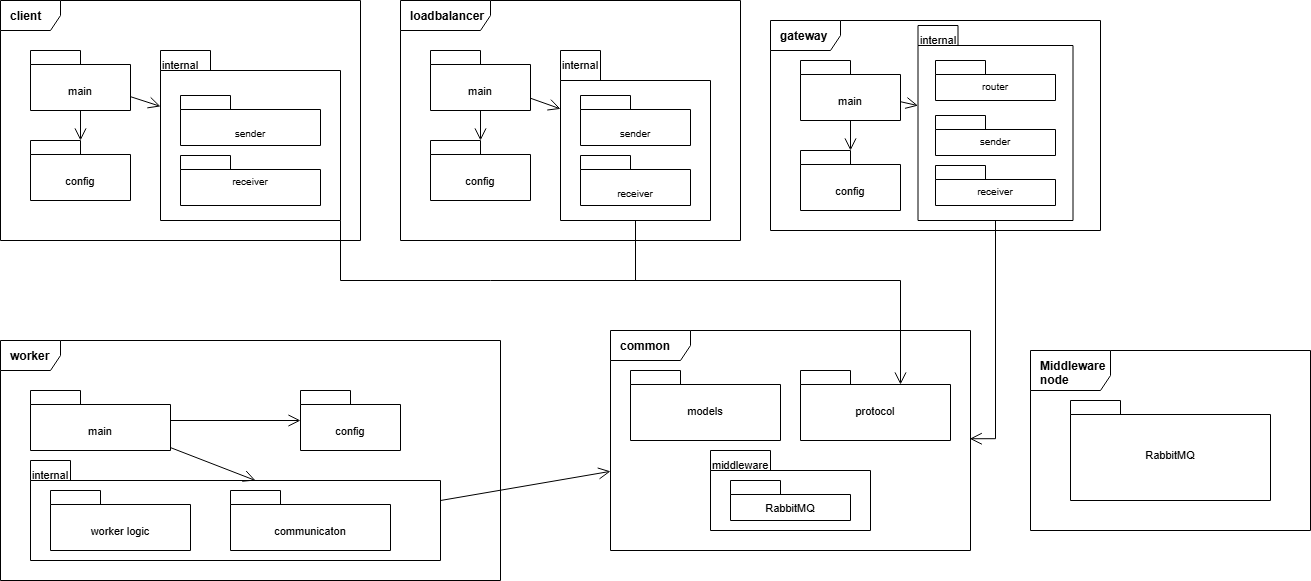
Earlier version of the draw.io export docs/diagramas/diagrama_paquetes.png (LucianaLarrosa/tp-distribuidos-moneylaundering). Source tidied: cells renumbered, new cells last; positions are measured from the earlier drawing's top-left corner, leaving out a move shared by most shapes.
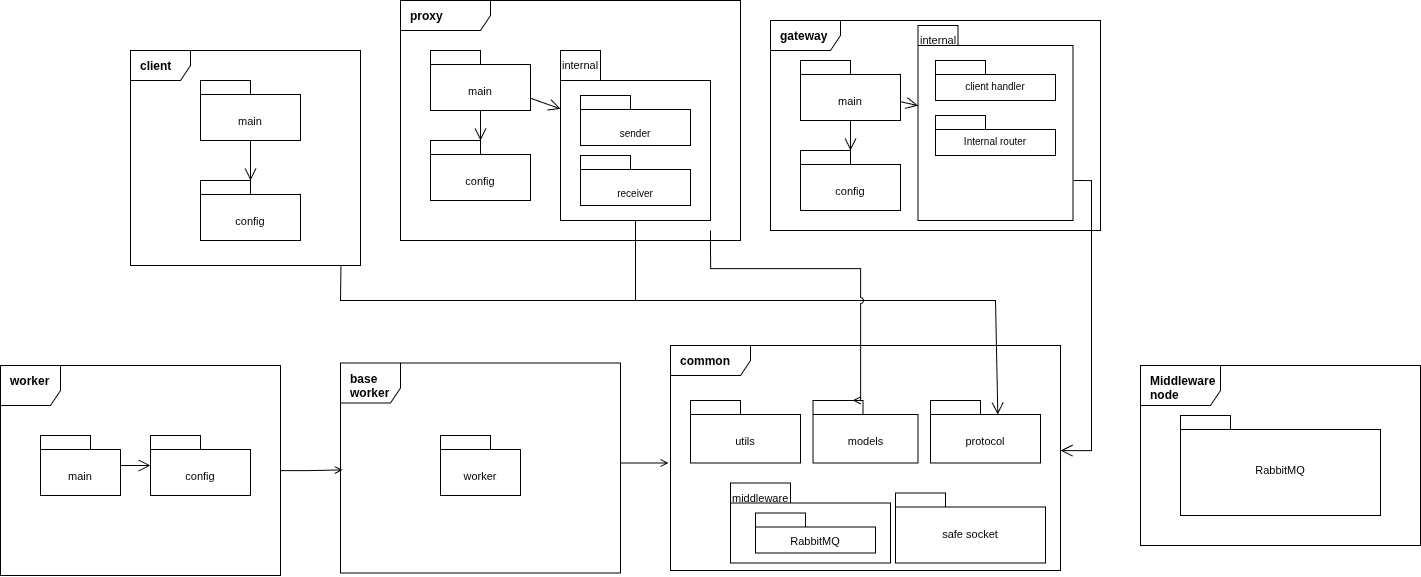
Above is the later version.

Commit message:
docs: enhance documentation on worker structure and side input handling

The edit, as a diff of the source:
```diff
@@ -3,30 +3,27 @@
     <mxCell id="0" />
     <mxCell id="1" parent="0" />
     <mxCell id="2" value="client" style="shape=umlFrame;fontStyle=1;tabWidth=70;tabHeight=30;tabPosition=left;fillColor=#ffffff;strokeColor=#000000;align=left;verticalAlign=top;whiteSpace=wrap;html=1;fontSize=12;spacingLeft=8;spacingTop=2;" parent="1" vertex="1">
-      <mxGeometry width="360" height="240" as="geometry" />
+      <mxGeometry x="130" y="50" width="230" height="215" as="geometry" />
     </mxCell>
+    <mxCell id="34" style="endArrow=open;endFill=0;endSize=10;html=1;rounded=0;strokeColor=#000000;entryX=0.612;entryY=0.226;entryDx=0;entryDy=0;entryPerimeter=0;exitX=0.915;exitY=1.003;exitDx=0;exitDy=0;exitPerimeter=0;jumpStyle=arc;" parent="1" edge="1" source="2" target="33">
+      <mxGeometry relative="1" as="geometry">
+        <Array as="points">
+          <mxPoint x="340" y="300" />
+          <mxPoint x="640" y="300" />
+          <mxPoint x="995" y="300" />
+        </Array>
+      </mxGeometry>
+    </mxCell>
     <mxCell id="3" value="&lt;div&gt;&lt;br&gt;&lt;/div&gt;&lt;div&gt;&lt;br&gt;&lt;/div&gt;main" style="shape=folder;fontStyle=0;tabWidth=50;tabHeight=14;tabPosition=left;fillColor=#ffffff;strokeColor=#000000;align=center;verticalAlign=top;whiteSpace=wrap;html=1;fontSize=11;spacingTop=2;" parent="1" vertex="1">
-      <mxGeometry x="30" y="50" width="100" height="60" as="geometry" />
+      <mxGeometry x="200" y="80" width="100" height="60" as="geometry" />
     </mxCell>
     <mxCell id="4" value="&lt;div&gt;&lt;br&gt;&lt;/div&gt;&lt;div&gt;&lt;br&gt;&lt;/div&gt;config" style="shape=folder;fontStyle=0;tabWidth=50;tabHeight=14;tabPosition=left;fillColor=#ffffff;strokeColor=#000000;align=center;verticalAlign=top;whiteSpace=wrap;html=1;fontSize=11;spacingTop=2;" parent="1" vertex="1">
-      <mxGeometry x="30" y="140" width="100" height="60" as="geometry" />
+      <mxGeometry x="200" y="180" width="100" height="60" as="geometry" />
     </mxCell>
-    <mxCell id="5" value="internal" style="shape=folder;fontStyle=0;tabWidth=50;tabHeight=20;tabPosition=left;fillColor=#ffffff;strokeColor=#000000;align=left;verticalAlign=top;whiteSpace=wrap;html=1;fontSize=11;spacingTop=2;" parent="1" vertex="1">
-      <mxGeometry x="160" y="50" width="180" height="170" as="geometry" />
-    </mxCell>
-    <mxCell id="6" value="&lt;div&gt;&lt;br&gt;&lt;/div&gt;&lt;div&gt;&lt;br&gt;&lt;/div&gt;sender" style="shape=folder;fontStyle=0;tabWidth=50;tabHeight=14;tabPosition=left;fillColor=#ffffff;strokeColor=#000000;align=center;verticalAlign=top;whiteSpace=wrap;html=1;fontSize=10;spacingTop=2;" parent="1" vertex="1">
-      <mxGeometry x="180" y="95" width="140" height="50" as="geometry" />
-    </mxCell>
-    <mxCell id="7" value="&lt;div&gt;&lt;br&gt;&lt;/div&gt;receiver" style="shape=folder;fontStyle=0;tabWidth=50;tabHeight=14;tabPosition=left;fillColor=#ffffff;strokeColor=#000000;align=center;verticalAlign=top;whiteSpace=wrap;html=1;fontSize=10;spacingTop=2;" parent="1" vertex="1">
-      <mxGeometry x="180" y="155" width="140" height="50" as="geometry" />
-    </mxCell>
-    <mxCell id="8" style="endArrow=open;endFill=0;endSize=10;html=1;rounded=0;strokeColor=#000000;" parent="1" edge="1" source="3" target="5">
-      <mxGeometry relative="1" as="geometry" />
-    </mxCell>
     <mxCell id="9" style="endArrow=open;endFill=0;endSize=10;html=1;rounded=0;strokeColor=#000000;" parent="1" edge="1" source="3" target="4">
       <mxGeometry relative="1" as="geometry" />
     </mxCell>
-    <mxCell id="10" value="loadbalancer" style="shape=umlFrame;fontStyle=1;tabWidth=90;tabHeight=30;tabPosition=left;fillColor=#ffffff;strokeColor=#000000;align=left;verticalAlign=top;whiteSpace=wrap;html=1;fontSize=12;spacingLeft=8;spacingTop=2;width=90;height=30;" parent="1" vertex="1">
+    <mxCell id="10" value="proxy" style="shape=umlFrame;fontStyle=1;tabWidth=90;tabHeight=30;tabPosition=left;fillColor=#ffffff;strokeColor=#000000;align=left;verticalAlign=top;whiteSpace=wrap;html=1;fontSize=12;spacingLeft=8;spacingTop=2;width=90;height=30;" parent="1" vertex="1">
       <mxGeometry x="400" width="340" height="240" as="geometry" />
     </mxCell>
     <mxCell id="11" value="&lt;div&gt;&lt;br&gt;&lt;/div&gt;&lt;div&gt;&lt;br&gt;&lt;/div&gt;main" style="shape=folder;fontStyle=0;tabWidth=50;tabHeight=14;tabPosition=left;fillColor=#ffffff;strokeColor=#000000;align=center;verticalAlign=top;whiteSpace=wrap;html=1;fontSize=11;spacingTop=2;" parent="1" vertex="1">
@@ -41,14 +38,14 @@
     <mxCell id="14" value="&lt;div&gt;&lt;br&gt;&lt;/div&gt;&lt;div&gt;&lt;br&gt;&lt;/div&gt;sender" style="shape=folder;fontStyle=0;tabWidth=50;tabHeight=14;tabPosition=left;fillColor=#ffffff;strokeColor=#000000;align=center;verticalAlign=top;whiteSpace=wrap;html=1;fontSize=10;spacingTop=2;" parent="1" vertex="1">
       <mxGeometry x="580" y="95" width="110" height="50" as="geometry" />
     </mxCell>
+    <mxCell id="16" value="&lt;div&gt;&lt;br&gt;&lt;/div&gt;&lt;div&gt;&lt;br&gt;&lt;/div&gt;receiver" style="shape=folder;fontStyle=0;tabWidth=50;tabHeight=14;tabPosition=left;fillColor=#ffffff;strokeColor=#000000;align=center;verticalAlign=top;whiteSpace=wrap;html=1;fontSize=10;spacingTop=2;" parent="1" vertex="1">
+      <mxGeometry x="580" y="155" width="110" height="50" as="geometry" />
+    </mxCell>
     <mxCell id="15" style="edgeStyle=orthogonalEdgeStyle;rounded=0;jettySize=auto;html=1;exitX=0.5;exitY=1;exitDx=0;exitDy=0;exitPerimeter=0;endArrow=none;endFill=0;jumpStyle=arc;" parent="1" edge="1" source="13">
       <mxGeometry relative="1" as="geometry">
-        <mxPoint x="635" y="280" as="targetPoint" />
+        <mxPoint x="635" y="300" as="targetPoint" />
       </mxGeometry>
     </mxCell>
-    <mxCell id="16" value="&lt;div&gt;&lt;br&gt;&lt;/div&gt;&lt;div&gt;&lt;br&gt;&lt;/div&gt;receiver" style="shape=folder;fontStyle=0;tabWidth=50;tabHeight=14;tabPosition=left;fillColor=#ffffff;strokeColor=#000000;align=center;verticalAlign=top;whiteSpace=wrap;html=1;fontSize=10;spacingTop=2;" parent="1" vertex="1">
-      <mxGeometry x="580" y="155" width="110" height="50" as="geometry" />
-    </mxCell>
     <mxCell id="17" style="endArrow=open;endFill=0;endSize=10;html=1;rounded=0;strokeColor=#000000;" parent="1" edge="1" source="11" target="13">
       <mxGeometry relative="1" as="geometry" />
     </mxCell>
@@ -73,77 +70,89 @@
     <mxCell id="24" style="endArrow=open;endFill=0;endSize=10;html=1;rounded=0;strokeColor=#000000;" parent="1" edge="1" source="20" target="21">
       <mxGeometry relative="1" as="geometry" />
     </mxCell>
-    <mxCell id="25" value="worker" style="shape=umlFrame;fontStyle=1;tabWidth=80;tabHeight=30;tabPosition=left;fillColor=#ffffff;strokeColor=#000000;align=left;verticalAlign=top;whiteSpace=wrap;html=1;fontSize=12;spacingLeft=8;spacingTop=2;" parent="1" vertex="1">
-      <mxGeometry y="340" width="500" height="240" as="geometry" />
+    <mxCell id="25" value="base worker" style="shape=umlFrame;fontStyle=1;tabWidth=80;tabHeight=30;tabPosition=left;fillColor=#ffffff;strokeColor=#000000;align=left;verticalAlign=top;whiteSpace=wrap;html=1;fontSize=12;spacingLeft=8;spacingTop=2;width=60;height=40;" parent="1" vertex="1">
+      <mxGeometry x="340" y="362.5" width="280" height="210" as="geometry" />
     </mxCell>
-    <mxCell id="26" value="&lt;div&gt;&lt;br&gt;&lt;/div&gt;&lt;div&gt;&lt;span style=&quot;background-color: transparent; color: light-dark(rgb(0, 0, 0), rgb(255, 255, 255));&quot;&gt;&lt;br&gt;&lt;/span&gt;&lt;/div&gt;&lt;div&gt;&lt;span style=&quot;background-color: transparent; color: light-dark(rgb(0, 0, 0), rgb(255, 255, 255));&quot;&gt;main&lt;/span&gt;&lt;/div&gt;" style="shape=folder;fontStyle=0;tabWidth=50;tabHeight=14;tabPosition=left;fillColor=#ffffff;strokeColor=#000000;align=center;verticalAlign=top;whiteSpace=wrap;html=1;fontSize=11;spacingTop=2;" parent="1" vertex="1">
-      <mxGeometry x="30" y="390" width="140" height="60" as="geometry" />
+    <mxCell id="26" value="&lt;div&gt;&lt;br&gt;&lt;/div&gt;&lt;div&gt;&lt;span style=&quot;background-color: transparent; color: light-dark(rgb(0, 0, 0), rgb(255, 255, 255));&quot;&gt;&lt;br&gt;&lt;/span&gt;&lt;/div&gt;&lt;div&gt;worker&lt;/div&gt;" style="shape=folder;fontStyle=0;tabWidth=50;tabHeight=14;tabPosition=left;fillColor=#ffffff;strokeColor=#000000;align=center;verticalAlign=top;whiteSpace=wrap;html=1;fontSize=11;spacingTop=2;" parent="1" vertex="1">
+      <mxGeometry x="440" y="435" width="80" height="60" as="geometry" />
     </mxCell>
-    <mxCell id="27" value="&lt;div&gt;&lt;br&gt;&lt;/div&gt;&lt;div&gt;&lt;br&gt;&lt;/div&gt;config" style="shape=folder;fontStyle=0;tabWidth=50;tabHeight=14;tabPosition=left;fillColor=#ffffff;strokeColor=#000000;align=center;verticalAlign=top;whiteSpace=wrap;html=1;fontSize=11;spacingTop=2;" parent="1" vertex="1">
-      <mxGeometry x="300" y="390" width="100" height="60" as="geometry" />
-    </mxCell>
-    <mxCell id="28" value="&lt;div&gt;&lt;span style=&quot;background-color: transparent; color: light-dark(rgb(0, 0, 0), rgb(255, 255, 255));&quot;&gt;internal&lt;/span&gt;&lt;/div&gt;" style="shape=folder;fontStyle=0;tabWidth=40;tabHeight=20;tabPosition=left;fillColor=#ffffff;strokeColor=#000000;align=left;verticalAlign=top;whiteSpace=wrap;html=1;fontSize=11;spacingTop=2;" parent="1" vertex="1">
-      <mxGeometry x="30" y="460" width="410" height="100" as="geometry" />
-    </mxCell>
-    <mxCell id="29" style="endArrow=open;endFill=0;endSize=10;html=1;rounded=0;strokeColor=#000000;entryX=0;entryY=0;entryDx=225;entryDy=20;entryPerimeter=0;" parent="1" edge="1" source="26" target="28">
-      <mxGeometry relative="1" as="geometry" />
-    </mxCell>
-    <mxCell id="30" style="endArrow=open;endFill=0;endSize=10;html=1;rounded=0;strokeColor=#000000;" parent="1" edge="1" source="26" target="27">
-      <mxGeometry relative="1" as="geometry" />
-    </mxCell>
+    <mxCell id="32" value="&lt;div&gt;&lt;br&gt;&lt;/div&gt;&lt;div&gt;&lt;br&gt;&lt;/div&gt;models" style="shape=folder;fontStyle=0;tabWidth=50;tabHeight=14;tabPosition=left;fillColor=#ffffff;strokeColor=#000000;align=center;verticalAlign=top;whiteSpace=wrap;html=1;fontSize=11;spacingTop=2;" parent="1" vertex="1">
+      <mxGeometry x="812.5" y="400" width="105" height="62.5" as="geometry" />
+    </mxCell>
     <mxCell id="31" value="common" style="shape=umlFrame;fontStyle=1;tabWidth=70;tabHeight=30;tabPosition=left;fillColor=#ffffff;strokeColor=#000000;align=left;verticalAlign=top;whiteSpace=wrap;html=1;fontSize=12;spacingLeft=8;spacingTop=2;width=80;height=30;" parent="1" vertex="1">
-      <mxGeometry x="610" y="330" width="360" height="220" as="geometry" />
+      <mxGeometry x="670" y="345" width="390" height="225" as="geometry" />
     </mxCell>
-    <mxCell id="32" value="&lt;div&gt;&lt;br&gt;&lt;/div&gt;&lt;div&gt;&lt;br&gt;&lt;/div&gt;models" style="shape=folder;fontStyle=0;tabWidth=50;tabHeight=14;tabPosition=left;fillColor=#ffffff;strokeColor=#000000;align=center;verticalAlign=top;whiteSpace=wrap;html=1;fontSize=11;spacingTop=2;" parent="1" vertex="1">
-      <mxGeometry x="630" y="370" width="150" height="70" as="geometry" />
-    </mxCell>
+    <mxCell id="47" style="edgeStyle=orthogonalEdgeStyle;rounded=0;jettySize=auto;html=1;endArrow=none;endFill=0;startArrow=open;startFill=0;jumpStyle=arc;exitX=0.467;exitY=0.244;exitDx=0;exitDy=0;exitPerimeter=0;" parent="1" edge="1" source="31">
+      <mxGeometry relative="1" as="geometry">
+        <mxPoint x="710" y="230" as="targetPoint" />
+        <Array as="points">
+          <mxPoint x="860" y="268" />
+          <mxPoint x="710" y="268" />
+        </Array>
+      </mxGeometry>
+    </mxCell>
     <mxCell id="33" value="&lt;div&gt;&lt;br&gt;&lt;/div&gt;&lt;br&gt;&lt;div&gt;protocol&lt;div&gt;&lt;br&gt;&lt;/div&gt;&lt;/div&gt;" style="shape=folder;fontStyle=0;tabWidth=50;tabHeight=14;tabPosition=left;fillColor=#ffffff;strokeColor=#000000;align=center;verticalAlign=top;whiteSpace=wrap;html=1;fontSize=11;spacingTop=2;" parent="1" vertex="1">
-      <mxGeometry x="800" y="370" width="150" height="70" as="geometry" />
+      <mxGeometry x="930" y="400" width="110" height="62.5" as="geometry" />
     </mxCell>
-    <mxCell id="34" style="endArrow=open;endFill=0;endSize=10;html=1;rounded=0;strokeColor=#000000;exitX=0;exitY=0;exitDx=180;exitDy=170;exitPerimeter=0;entryX=0;entryY=0;entryDx=100;entryDy=14;entryPerimeter=0;" parent="1" edge="1" source="5" target="33">
-      <mxGeometry relative="1" as="geometry">
-        <Array as="points">
-          <mxPoint x="340" y="280" />
-          <mxPoint x="490" y="280" />
-          <mxPoint x="900" y="280" />
-        </Array>
-      </mxGeometry>
-    </mxCell>
-    <mxCell id="35" style="endArrow=open;endFill=0;endSize=10;html=1;rounded=0;strokeColor=#000000;exitX=0;exitY=0;exitDx=410;exitDy=40;exitPerimeter=0;" parent="1" edge="1" source="28" target="31">
-      <mxGeometry relative="1" as="geometry" />
-    </mxCell>
     <mxCell id="36" value="Middleware node" style="shape=umlFrame;fontStyle=1;tabWidth=110;tabHeight=30;tabPosition=left;fillColor=#ffffff;strokeColor=#000000;align=left;verticalAlign=top;whiteSpace=wrap;html=1;fontSize=12;spacingLeft=8;spacingTop=2;width=80;height=40;" parent="1" vertex="1">
-      <mxGeometry x="1030" y="350" width="280" height="180" as="geometry" />
+      <mxGeometry x="1140" y="365" width="280" height="180" as="geometry" />
     </mxCell>
     <mxCell id="37" value="&lt;div&gt;&lt;br&gt;&lt;/div&gt;&lt;div&gt;&lt;br&gt;&lt;/div&gt;&lt;div&gt;&lt;br&gt;&lt;/div&gt;RabbitMQ" style="shape=folder;fontStyle=0;tabWidth=50;tabHeight=14;tabPosition=left;fillColor=#ffffff;strokeColor=#000000;align=center;verticalAlign=top;whiteSpace=wrap;html=1;fontSize=11;spacingTop=2;" parent="1" vertex="1">
-      <mxGeometry x="1070" y="400" width="200" height="100" as="geometry" />
+      <mxGeometry x="1180" y="415" width="200" height="100" as="geometry" />
     </mxCell>
     <mxCell id="38" value="&lt;div&gt;&lt;span style=&quot;background-color: transparent; color: light-dark(rgb(0, 0, 0), rgb(255, 255, 255));&quot;&gt;middleware&lt;/span&gt;&lt;/div&gt;" style="shape=folder;fontStyle=0;tabWidth=60;tabHeight=20;tabPosition=left;fillColor=#ffffff;strokeColor=#000000;align=left;verticalAlign=top;whiteSpace=wrap;html=1;fontSize=11;spacingTop=2;" parent="1" vertex="1">
-      <mxGeometry x="710" y="450" width="160" height="80" as="geometry" />
+      <mxGeometry x="730" y="482.5" width="160" height="80" as="geometry" />
     </mxCell>
-    <mxCell id="39" value="&lt;div&gt;&lt;br&gt;&lt;/div&gt;&lt;div&gt;&lt;br&gt;&lt;/div&gt;&lt;div&gt;worker logic&lt;/div&gt;" style="shape=folder;fontStyle=0;tabWidth=50;tabHeight=14;tabPosition=left;fillColor=#ffffff;strokeColor=#000000;align=center;verticalAlign=top;whiteSpace=wrap;html=1;fontSize=11;spacingTop=2;" parent="1" vertex="1">
-      <mxGeometry x="50" y="490" width="140" height="60" as="geometry" />
-    </mxCell>
-    <mxCell id="40" value="&lt;div&gt;&lt;br&gt;&lt;/div&gt;&lt;div&gt;&lt;br&gt;&lt;/div&gt;communicaton" style="shape=folder;fontStyle=0;tabWidth=50;tabHeight=14;tabPosition=left;fillColor=#ffffff;strokeColor=#000000;align=center;verticalAlign=top;whiteSpace=wrap;html=1;fontSize=11;spacingTop=2;" parent="1" vertex="1">
-      <mxGeometry x="230" y="490" width="160" height="60" as="geometry" />
-    </mxCell>
     <mxCell id="41" value="&lt;br&gt;&lt;div&gt;RabbitMQ&lt;/div&gt;" style="shape=folder;fontStyle=0;tabWidth=50;tabHeight=14;tabPosition=left;fillColor=#ffffff;strokeColor=#000000;align=center;verticalAlign=top;whiteSpace=wrap;html=1;fontSize=11;spacingTop=2;" parent="1" vertex="1">
-      <mxGeometry x="730" y="480" width="120" height="40" as="geometry" />
+      <mxGeometry x="755" y="512.5" width="120" height="40" as="geometry" />
     </mxCell>
     <mxCell id="42" style="edgeStyle=orthogonalEdgeStyle;rounded=0;orthogonalLoop=1;jettySize=auto;html=1;exitX=0.5;exitY=1;exitDx=0;exitDy=0;exitPerimeter=0;" parent="1" edge="1" source="22" target="22">
       <mxGeometry relative="1" as="geometry" />
     </mxCell>
-    <mxCell id="43" style="edgeStyle=orthogonalEdgeStyle;rounded=0;jettySize=auto;html=1;entryX=0.998;entryY=0.492;entryDx=0;entryDy=0;entryPerimeter=0;endArrow=open;endFill=0;endSize=10;" parent="1" edge="1" source="22" target="31">
-      <mxGeometry relative="1" as="geometry" />
+    <mxCell id="43" style="edgeStyle=orthogonalEdgeStyle;rounded=0;orthogonalLoop=1;jettySize=auto;html=1;endArrow=open;endFill=0;endSize=10;" parent="1" edge="1">
+      <mxGeometry relative="1" as="geometry">
+        <mxPoint x="1073.2" y="180" as="sourcePoint" />
+        <mxPoint x="1060" y="450" as="targetPoint" />
+        <Array as="points">
+          <mxPoint x="1091" y="180" />
+          <mxPoint x="1091" y="450" />
+          <mxPoint x="1060" y="450" />
+        </Array>
+      </mxGeometry>
     </mxCell>
-    <mxCell id="44" value="&lt;div&gt;&lt;br&gt;&lt;/div&gt;sender" style="shape=folder;fontStyle=0;tabWidth=50;tabHeight=14;tabPosition=left;fillColor=#ffffff;strokeColor=#000000;align=center;verticalAlign=top;whiteSpace=wrap;html=1;fontSize=10;spacingTop=2;" parent="1" vertex="1">
+    <mxCell id="44" value="&lt;div&gt;&lt;br&gt;&lt;/div&gt;&lt;div&gt;Internal router&lt;/div&gt;" style="shape=folder;fontStyle=0;tabWidth=50;tabHeight=14;tabPosition=left;fillColor=#ffffff;strokeColor=#000000;align=center;verticalAlign=top;whiteSpace=wrap;html=1;fontSize=10;spacingTop=2;" parent="1" vertex="1">
       <mxGeometry x="935" y="115" width="120" height="40" as="geometry" />
     </mxCell>
-    <mxCell id="45" value="&lt;div&gt;&lt;br&gt;&lt;/div&gt;&lt;div&gt;receiver&lt;/div&gt;" style="shape=folder;fontStyle=0;tabWidth=50;tabHeight=14;tabPosition=left;fillColor=#ffffff;strokeColor=#000000;align=center;verticalAlign=top;whiteSpace=wrap;html=1;fontSize=10;spacingTop=2;" parent="1" vertex="1">
-      <mxGeometry x="935" y="165" width="120" height="40" as="geometry" />
-    </mxCell>
-    <mxCell id="46" value="&lt;div&gt;&lt;br&gt;&lt;/div&gt;&lt;div&gt;router&lt;/div&gt;" style="shape=folder;fontStyle=0;tabWidth=50;tabHeight=14;tabPosition=left;fillColor=#ffffff;strokeColor=#000000;align=center;verticalAlign=top;whiteSpace=wrap;html=1;fontSize=10;spacingTop=2;" parent="1" vertex="1">
+    <mxCell id="46" value="&lt;div&gt;&lt;br&gt;&lt;/div&gt;&lt;div&gt;client handler&lt;/div&gt;" style="shape=folder;fontStyle=0;tabWidth=50;tabHeight=14;tabPosition=left;fillColor=#ffffff;strokeColor=#000000;align=center;verticalAlign=top;whiteSpace=wrap;html=1;fontSize=10;spacingTop=2;" parent="1" vertex="1">
       <mxGeometry x="935" y="60" width="120" height="40" as="geometry" />
     </mxCell>
+    <mxCell id="48" value="&lt;div&gt;&lt;br&gt;&lt;/div&gt;&lt;div&gt;&lt;br&gt;&lt;/div&gt;&lt;div&gt;safe socket&lt;/div&gt;" style="shape=folder;fontStyle=0;tabWidth=50;tabHeight=14;tabPosition=left;fillColor=#ffffff;strokeColor=#000000;align=center;verticalAlign=top;whiteSpace=wrap;html=1;fontSize=11;spacingTop=2;" parent="1" vertex="1">
+      <mxGeometry x="895" y="492.5" width="150" height="70" as="geometry" />
+    </mxCell>
+    <mxCell id="49" value="worker" style="shape=umlFrame;fontStyle=1;tabWidth=80;tabHeight=30;tabPosition=left;fillColor=#ffffff;strokeColor=#000000;align=left;verticalAlign=top;whiteSpace=wrap;html=1;fontSize=12;spacingLeft=8;spacingTop=2;width=60;height=40;" parent="1" vertex="1">
+      <mxGeometry y="365" width="280" height="210" as="geometry" />
+    </mxCell>
+    <mxCell id="50" value="&lt;div&gt;&lt;br&gt;&lt;/div&gt;&lt;div&gt;&lt;span style=&quot;background-color: transparent; color: light-dark(rgb(0, 0, 0), rgb(255, 255, 255));&quot;&gt;&lt;br&gt;&lt;/span&gt;&lt;/div&gt;&lt;div&gt;&lt;span style=&quot;background-color: transparent; color: light-dark(rgb(0, 0, 0), rgb(255, 255, 255));&quot;&gt;main&lt;/span&gt;&lt;/div&gt;" style="shape=folder;fontStyle=0;tabWidth=50;tabHeight=14;tabPosition=left;fillColor=#ffffff;strokeColor=#000000;align=center;verticalAlign=top;whiteSpace=wrap;html=1;fontSize=11;spacingTop=2;" parent="1" vertex="1">
+      <mxGeometry x="40" y="435" width="80" height="60" as="geometry" />
+    </mxCell>
+    <mxCell id="27" value="&lt;div&gt;&lt;br&gt;&lt;/div&gt;&lt;div&gt;&lt;br&gt;&lt;/div&gt;config" style="shape=folder;fontStyle=0;tabWidth=50;tabHeight=14;tabPosition=left;fillColor=#ffffff;strokeColor=#000000;align=center;verticalAlign=top;whiteSpace=wrap;html=1;fontSize=11;spacingTop=2;" parent="1" vertex="1">
+      <mxGeometry x="150" y="435" width="100" height="60" as="geometry" />
+    </mxCell>
+    <mxCell id="51" style="endArrow=open;endFill=0;endSize=10;html=1;rounded=0;strokeColor=#000000;" parent="1" edge="1" source="50" target="27">
+      <mxGeometry relative="1" as="geometry" />
+    </mxCell>
+    <mxCell id="52" style="edgeStyle=orthogonalEdgeStyle;rounded=0;jettySize=auto;html=1;entryX=0.008;entryY=0.509;entryDx=0;entryDy=0;entryPerimeter=0;endArrow=open;endFill=0;" parent="1" edge="1" source="49" target="25">
+      <mxGeometry relative="1" as="geometry" />
+    </mxCell>
+    <mxCell id="53" style="edgeStyle=orthogonalEdgeStyle;rounded=0;jettySize=auto;html=1;entryX=-0.005;entryY=0.522;entryDx=0;entryDy=0;entryPerimeter=0;endArrow=open;endFill=0;" parent="1" edge="1" source="25" target="31">
+      <mxGeometry relative="1" as="geometry">
+        <Array as="points">
+          <mxPoint x="653" y="462" />
+        </Array>
+      </mxGeometry>
+    </mxCell>
+    <mxCell id="54" value="&lt;div&gt;&lt;br&gt;&lt;/div&gt;&lt;div&gt;&lt;br&gt;&lt;/div&gt;&lt;div&gt;utils&lt;/div&gt;" style="shape=folder;fontStyle=0;tabWidth=50;tabHeight=14;tabPosition=left;fillColor=#ffffff;strokeColor=#000000;align=center;verticalAlign=top;whiteSpace=wrap;html=1;fontSize=11;spacingTop=2;" parent="1" vertex="1">
+      <mxGeometry x="690" y="400" width="110" height="62.5" as="geometry" />
+    </mxCell>
   </root>
 </mxGraphModel>
```
